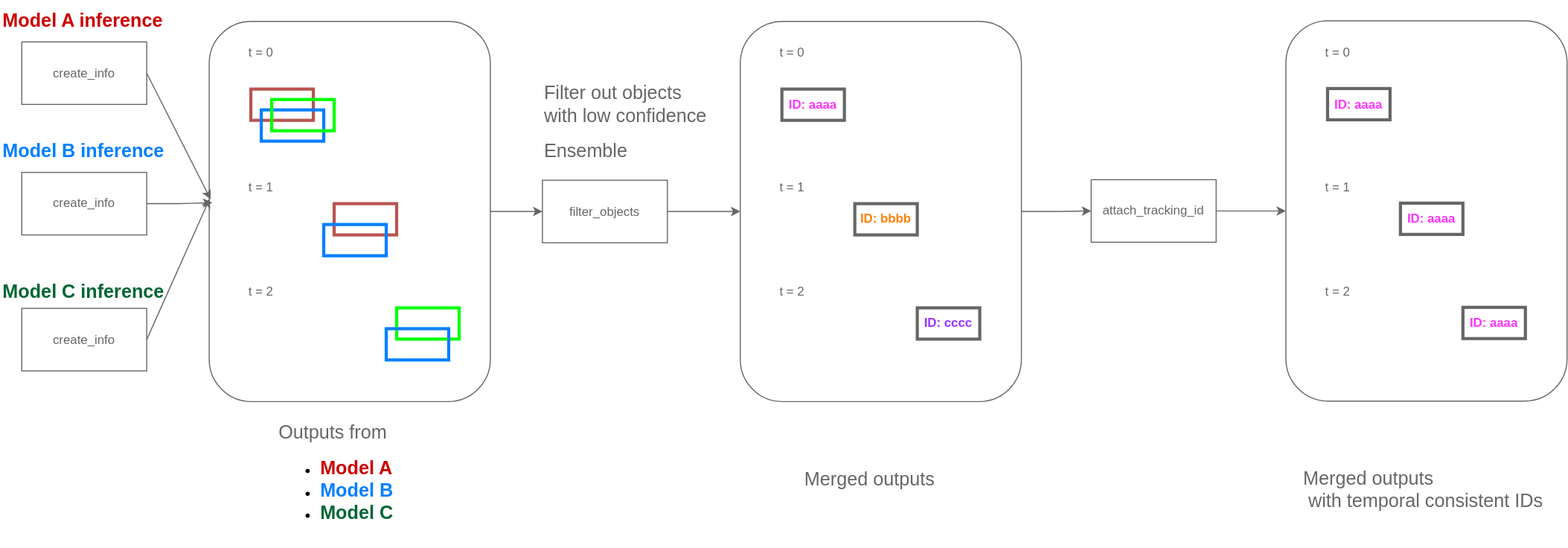
tier4/AWML keeps this draw.io diagram as tools/auto_labeling_3d/docs/auto_labeling_3d_process_flow.drawio.svg. Above is the earlier version. Source tidied: cells renumbered, new cells last; positions are measured from the earlier drawing's top-left corner, leaving out a move shared by most shapes.
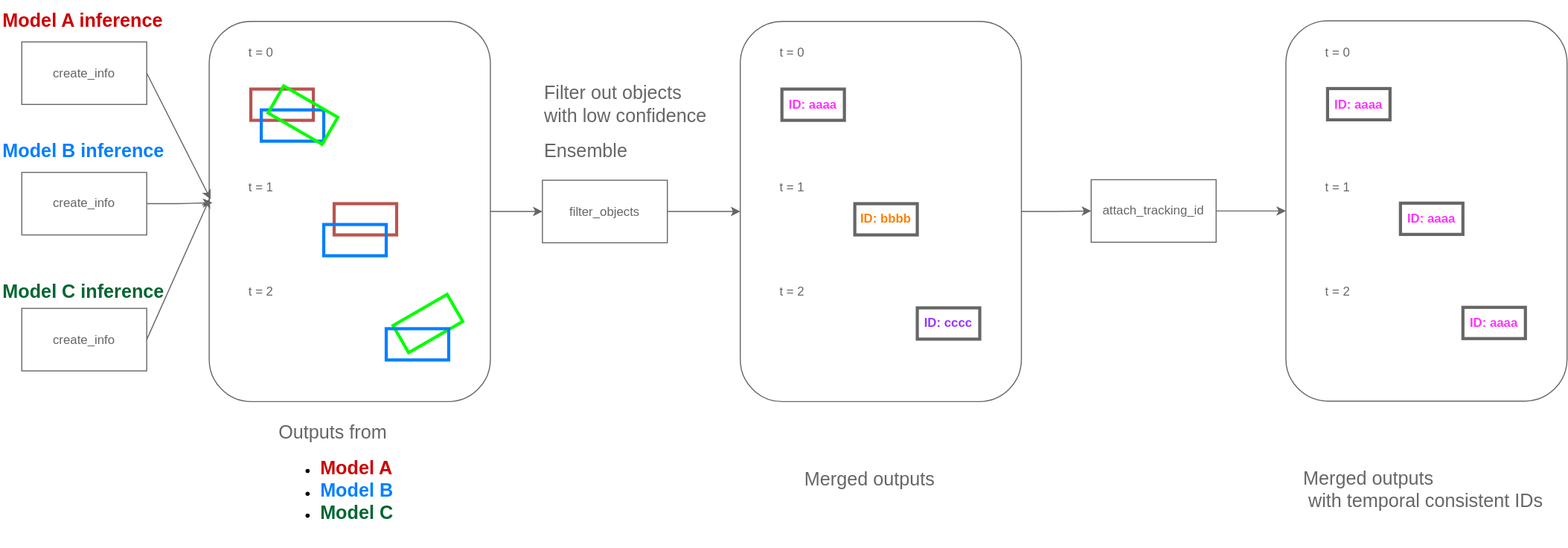
The same file after the commit.

Commit message:
docs(auto_labeling_3d): update figure; add rotated bbox

The edit, as a diff of the source:
```diff
@@ -26,7 +26,7 @@
     <mxCell id="9" style="rounded=0;whiteSpace=wrap;html=1;fillColor=none;strokeColor=#007FFF;strokeWidth=3;" parent="1" vertex="1">
       <mxGeometry x="250" y="105" width="60" height="30" as="geometry" />
     </mxCell>
-    <mxCell id="10" style="rounded=0;whiteSpace=wrap;html=1;fillColor=none;strokeColor=#00FF00;strokeWidth=3;fontStyle=1;" parent="1" vertex="1">
+    <mxCell id="10" style="rounded=0;whiteSpace=wrap;html=1;fillColor=none;strokeColor=#00FF00;strokeWidth=3;fontStyle=1;rotation=30;" parent="1" vertex="1">
       <mxGeometry x="260" y="95" width="60" height="30" as="geometry" />
     </mxCell>
     <mxCell id="11" value="&lt;font style=&quot;color: rgb(102, 102, 102);&quot;&gt;t = 0&lt;/font&gt;" style="text;html=1;whiteSpace=wrap;strokeColor=none;fillColor=none;align=center;verticalAlign=middle;rounded=0;" parent="1" vertex="1">
@@ -41,7 +41,7 @@
     <mxCell id="14" style="rounded=0;whiteSpace=wrap;html=1;fillColor=none;strokeColor=#007FFF;strokeWidth=3;" parent="1" vertex="1">
       <mxGeometry x="310" y="215" width="60" height="30" as="geometry" />
     </mxCell>
-    <mxCell id="15" style="rounded=0;whiteSpace=wrap;html=1;fillColor=none;strokeColor=#00FF00;strokeWidth=3;" parent="1" vertex="1">
+    <mxCell id="15" style="rounded=0;whiteSpace=wrap;html=1;fillColor=none;strokeColor=#00FF00;strokeWidth=3;rotation=-30;" parent="1" vertex="1">
       <mxGeometry x="380" y="295" width="60" height="30" as="geometry" />
     </mxCell>
     <mxCell id="16" style="rounded=0;whiteSpace=wrap;html=1;fillColor=none;strokeColor=#007FFF;strokeWidth=3;" parent="1" vertex="1">
```
